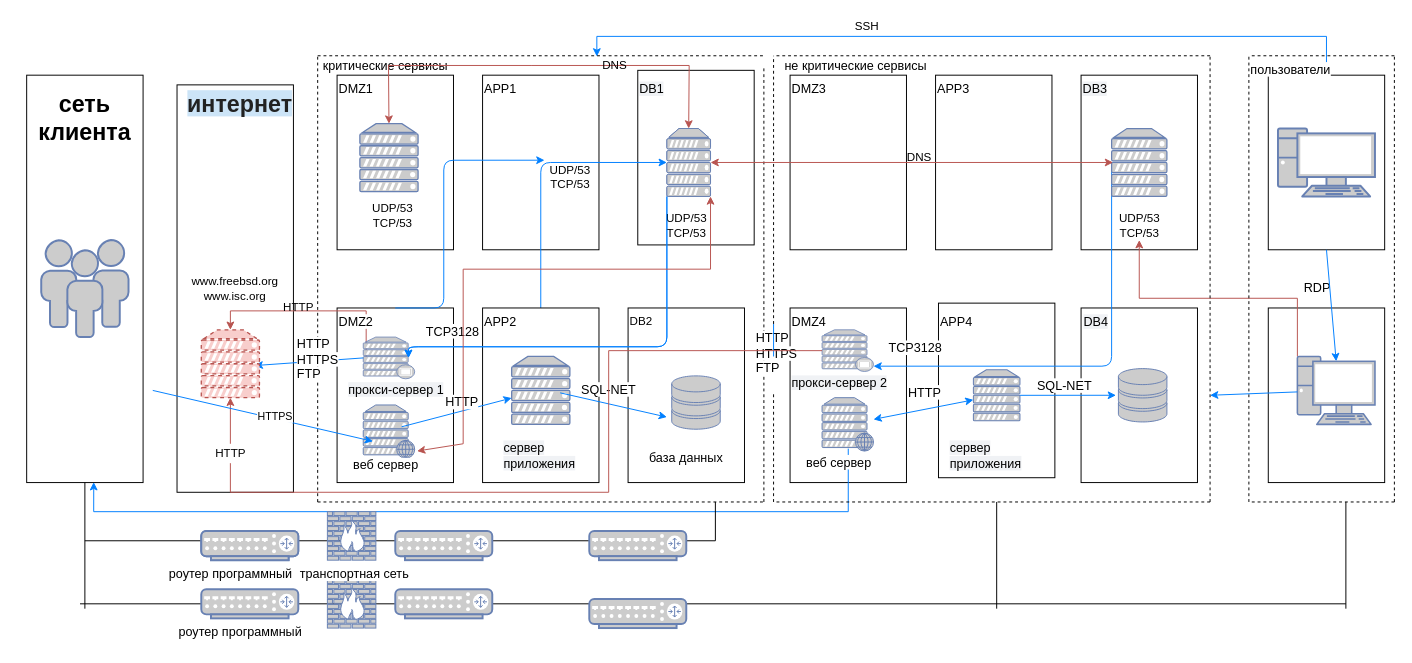
The draw.io diagram ШИФТ.drawio in KotFedot21/-_1, before the edit. Source tidied: cells renumbered, new cells numbered last; positions are measured from the earlier drawing's top-left corner, leaving out a move shared by most shapes. Both pictures are drawn from the tidied source at 97%, with x=0, y=0 at pixel (16, 16).
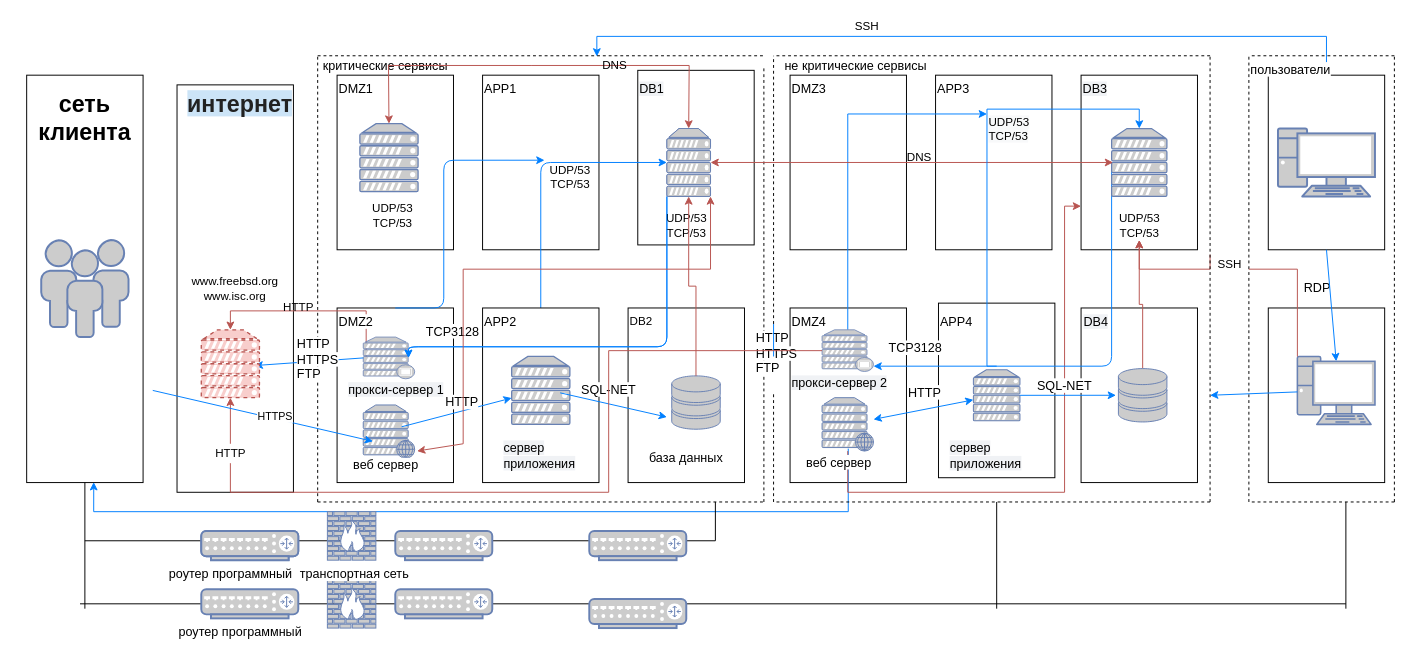
The same diagram, later.

Unchanged cells that the change refers to:
```xml
<mxCell id="16" style="rounded=0;whiteSpace=wrap;html=1;" parent="1" vertex="1">
  <mxGeometry x="1097" y="60" width="120" height="180" as="geometry" />
</mxCell>
<mxCell id="30" style="fontColor=#0066CC;verticalAlign=top;verticalLabelPosition=bottom;labelPosition=center;align=center;html=1;outlineConnect=0;fillColor=#CCCCCC;strokeColor=#6881B3;gradientColor=none;gradientDirection=north;strokeWidth=2;shape=mxgraph.networks.pc;" parent="1" vertex="1">
  <mxGeometry x="1320" y="350" width="80" height="70" as="geometry" />
</mxCell>
<mxCell id="33" style="fontColor=#0066CC;verticalAlign=top;verticalLabelPosition=bottom;labelPosition=center;align=center;html=1;outlineConnect=0;fillColor=#CCCCCC;strokeColor=#6881B3;gradientColor=none;gradientDirection=north;strokeWidth=2;shape=mxgraph.networks.proxy_server;" parent="1" vertex="1">
  <mxGeometry x="830" y="322.5" width="53" height="43" as="geometry" />
</mxCell>
<mxCell id="35" style="fontColor=#0066CC;verticalAlign=top;verticalLabelPosition=bottom;labelPosition=center;align=center;html=1;outlineConnect=0;fillColor=#CCCCCC;strokeColor=#6881B3;gradientColor=none;gradientDirection=north;strokeWidth=2;shape=mxgraph.networks.web_server;" parent="1" vertex="1">
  <mxGeometry x="830" y="392.5" width="53" height="55" as="geometry" />
</mxCell>
<mxCell id="36" style="fontColor=#0066CC;verticalAlign=top;verticalLabelPosition=bottom;labelPosition=center;align=center;html=1;outlineConnect=0;fillColor=#CCCCCC;strokeColor=#6881B3;gradientColor=none;gradientDirection=north;strokeWidth=2;shape=mxgraph.networks.storage;" parent="1" vertex="1">
  <mxGeometry x="675" y="370" width="50" height="55" as="geometry" />
</mxCell>
<mxCell id="106" style="fontColor=#0066CC;verticalAlign=top;verticalLabelPosition=bottom;labelPosition=center;align=center;html=1;outlineConnect=0;fillColor=#CCCCCC;strokeColor=#6881B3;gradientColor=none;gradientDirection=north;strokeWidth=2;shape=mxgraph.networks.server;" parent="1" vertex="1">
  <mxGeometry x="1128.5" y="115" width="57" height="70" as="geometry" />
</mxCell>
<mxCell id="109" value="UDP/53&lt;br&gt;TCP/53" style="text;html=1;align=center;verticalAlign=middle;points=[];" parent="1" vertex="1">
  <mxGeometry x="1127" y="200" width="60" height="30" as="geometry" />
</mxCell>
<mxCell id="117" style="fontColor=#0066CC;verticalAlign=top;verticalLabelPosition=bottom;labelPosition=center;align=center;html=1;outlineConnect=0;fillColor=#CCCCCC;strokeColor=#6881B3;gradientColor=none;gradientDirection=north;strokeWidth=2;shape=mxgraph.networks.server;" parent="1" vertex="1">
  <mxGeometry x="670" y="115" width="45" height="70" as="geometry" />
</mxCell>
<mxCell id="130" style="fontColor=#0066CC;verticalAlign=top;verticalLabelPosition=bottom;labelPosition=center;align=center;html=1;outlineConnect=0;fillColor=#CCCCCC;strokeColor=#6881B3;gradientColor=none;gradientDirection=north;strokeWidth=2;shape=mxgraph.networks.storage;" parent="1" vertex="1">
  <mxGeometry x="1135.5" y="362.5" width="50" height="55" as="geometry" />
</mxCell>
```

Change to the diagram source:
```diff
@@
-    <mxCell id="29" style="edgeStyle=orthogonalEdgeStyle;rounded=0;jettySize=auto;html=1;exitX=0;exitY=0;exitDx=0;exitDy=0;exitPerimeter=0;fillColor=#f8cecc;strokeColor=#b85450;" parent="1" edge="1" source="30" target="109">
-      <mxGeometry relative="1" as="geometry" />
+    <mxCell id="29" style="edgeStyle=orthogonalEdgeStyle;rounded=0;jettySize=auto;html=1;exitX=0;exitY=0;exitDx=0;exitDy=0;exitPerimeter=0;fillColor=#f8cecc;strokeColor=#b85450;startArrow=none;" parent="1" edge="1" source="137" target="109">
+      <mxGeometry relative="1" as="geometry">
+        <Array as="points">
+          <mxPoint x="1157" y="260" />
+        </Array>
+      </mxGeometry>
     </mxCell>
@@
+    <mxCell id="131" style="edgeStyle=orthogonalEdgeStyle;rounded=0;jettySize=auto;html=1;strokeColor=#007FFF;" parent="1" edge="1" source="33">
+      <mxGeometry relative="1" as="geometry">
+        <mxPoint x="1000" y="100" as="targetPoint" />
+        <Array as="points">
+          <mxPoint x="857" y="100" />
+        </Array>
+      </mxGeometry>
+    </mxCell>
@@
+    <mxCell id="132" style="edgeStyle=orthogonalEdgeStyle;rounded=0;jettySize=auto;html=1;entryX=0;entryY=0.75;entryDx=0;entryDy=0;strokeColor=#b85450;fillColor=#f8cecc;" parent="1" edge="1" source="35" target="16">
+      <mxGeometry relative="1" as="geometry">
+        <Array as="points">
+          <mxPoint x="857" y="490" />
+          <mxPoint x="1080" y="490" />
+          <mxPoint x="1080" y="195" />
+        </Array>
+      </mxGeometry>
+    </mxCell>
@@
+    <mxCell id="133" style="edgeStyle=orthogonalEdgeStyle;rounded=0;jettySize=auto;html=1;strokeColor=#b85450;fillColor=#f8cecc;" parent="1" edge="1" source="130" target="109">
+      <mxGeometry relative="1" as="geometry" />
+    </mxCell>
@@
+    <mxCell id="134" style="edgeStyle=orthogonalEdgeStyle;rounded=0;jettySize=auto;html=1;entryX=0.5;entryY=1;entryDx=0;entryDy=0;entryPerimeter=0;strokeColor=#b85450;fillColor=#f8cecc;exitX=0.5;exitY=0;exitDx=0;exitDy=0;exitPerimeter=0;" parent="1" edge="1" source="36" target="117">
+      <mxGeometry relative="1" as="geometry" />
+    </mxCell>
+    <mxCell id="135" style="edgeStyle=orthogonalEdgeStyle;rounded=0;jettySize=auto;html=1;entryX=0.5;entryY=0;entryDx=0;entryDy=0;entryPerimeter=0;strokeColor=#007FFF;" parent="1" edge="1" target="106">
+      <mxGeometry relative="1" as="geometry">
+        <mxPoint x="1010" y="360" as="sourcePoint" />
+        <Array as="points">
+          <mxPoint x="1000" y="95" />
+          <mxPoint x="1157" y="95" />
+        </Array>
+      </mxGeometry>
+    </mxCell>
+    <mxCell id="136" value="&lt;span style=&quot;color: rgb(0, 0, 0); font-family: helvetica; font-size: 12px; font-style: normal; font-weight: 400; letter-spacing: normal; text-align: center; text-indent: 0px; text-transform: none; word-spacing: 0px; background-color: rgb(248, 249, 250); display: inline; float: none;&quot;&gt;UDP/53&lt;/span&gt;&lt;br style=&quot;color: rgb(0, 0, 0); font-family: helvetica; font-size: 12px; font-style: normal; font-weight: 400; letter-spacing: normal; text-align: center; text-indent: 0px; text-transform: none; word-spacing: 0px; background-color: rgb(248, 249, 250);&quot;&gt;&lt;span style=&quot;color: rgb(0, 0, 0); font-family: helvetica; font-size: 12px; font-style: normal; font-weight: 400; letter-spacing: normal; text-align: center; text-indent: 0px; text-transform: none; word-spacing: 0px; background-color: rgb(248, 249, 250); display: inline; float: none;&quot;&gt;TCP/53&lt;/span&gt;" style="text;whiteSpace=wrap;html=1;" parent="1" vertex="1">
+      <mxGeometry x="1000" y="95" width="70" height="40" as="geometry" />
+    </mxCell>
+    <mxCell id="137" value="SSH" style="text;html=1;align=center;verticalAlign=middle;points=[];strokeColor=none;fillColor=none;" parent="1" vertex="1">
+      <mxGeometry x="1230" y="245" width="40" height="20" as="geometry" />
+    </mxCell>
+    <mxCell id="138" style="edgeStyle=orthogonalEdgeStyle;rounded=0;jettySize=auto;html=1;exitX=0;exitY=0;exitDx=0;exitDy=0;exitPerimeter=0;fillColor=#f8cecc;strokeColor=#b85450;endArrow=none;" parent="1" edge="1" source="30" target="137">
+      <mxGeometry relative="1" as="geometry">
+        <Array as="points">
+          <mxPoint x="1320" y="260" />
+        </Array>
+      </mxGeometry>
+    </mxCell>
```
